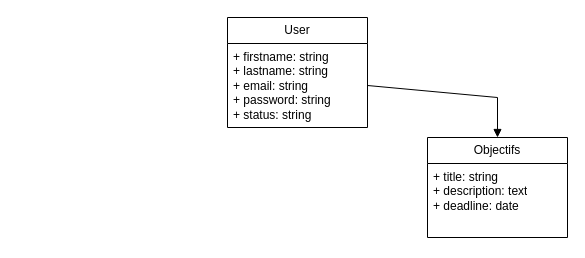
LuDetling/Avenirs keeps this draw.io diagram as p10drawio.drawio. Above is the earlier version. Source tidied: cells renumbered, new cells numbered last; positions are measured from the earlier drawing's top-left corner, leaving out a move shared by most shapes. Both pictures are drawn from the tidied source at 100%, with x=0, y=0 at pixel (227, 17).
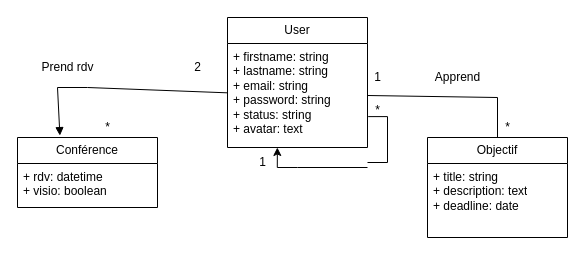
After the change.

Diff of the diagram source:
```diff
@@
     <mxCell id="2" value="User" style="swimlane;fontStyle=0;horizontal=1;startSize=26;fillColor=none;whiteSpace=wrap;html=1;" parent="1" vertex="1">
-      <mxGeometry width="140" height="110" as="geometry" />
+      <mxGeometry width="140" height="130" as="geometry" />
     </mxCell>
-    <mxCell id="3" value="+ firstname: string&lt;div&gt;+ lastname: string&lt;br&gt;&lt;/div&gt;&lt;div&gt;+ email: string&lt;/div&gt;&lt;div&gt;+ password: string&lt;br&gt;&lt;/div&gt;&lt;div&gt;+ status: string&lt;br&gt;&lt;/div&gt;" style="text;strokeColor=none;fillColor=none;align=left;verticalAlign=top;spacingLeft=4;spacingRight=4;overflow=hidden;points=[[0,0.5],[1,0.5]];portConstraint=eastwest;whiteSpace=wrap;html=1;" parent="2" vertex="1">
-      <mxGeometry y="26" width="140" height="84" as="geometry" />
+    <mxCell id="3" value="+ firstname: string&lt;div&gt;+ lastname: string&lt;br&gt;&lt;/div&gt;&lt;div&gt;+ email: string&lt;/div&gt;&lt;div&gt;+ password: string&lt;br&gt;&lt;/div&gt;&lt;div&gt;+ status: string&lt;br&gt;&lt;/div&gt;&lt;div&gt;+ avatar: text&lt;/div&gt;" style="text;strokeColor=none;fillColor=none;align=left;verticalAlign=top;spacingLeft=4;spacingRight=4;overflow=hidden;points=[[0,0.5],[1,0.5]];portConstraint=eastwest;whiteSpace=wrap;html=1;" parent="2" vertex="1">
+      <mxGeometry y="26" width="140" height="104" as="geometry" />
     </mxCell>
-    <mxCell id="4" value="Objectifs" style="swimlane;fontStyle=0;horizontal=1;startSize=26;fillColor=none;whiteSpace=wrap;html=1;" parent="1" vertex="1">
+    <mxCell id="4" value="Objectif" style="swimlane;fontStyle=0;horizontal=1;startSize=26;fillColor=none;whiteSpace=wrap;html=1;" parent="1" vertex="1">
       <mxGeometry x="200" y="120" width="140" height="100" as="geometry" />
     </mxCell>
@@
-    <mxCell id="6" style="html=1;verticalAlign=bottom;endArrow=block;curved=0;rounded=0;entryX=0.5;entryY=0;entryDx=0;entryDy=0;exitX=1;exitY=0.5;exitDx=0;exitDy=0;" parent="1" edge="1" source="3" target="4">
+    <mxCell id="6" style="html=1;verticalAlign=bottom;endArrow=none;curved=0;rounded=0;entryX=0.5;entryY=0;entryDx=0;entryDy=0;exitX=1;exitY=0.5;exitDx=0;exitDy=0;endFill=0;" parent="1" edge="1" source="3" target="4">
       <mxGeometry relative="1" as="geometry">
         <Array as="points">
           <mxPoint x="270" y="80" />
         </Array>
       </mxGeometry>
     </mxCell>
+    <mxCell id="7" value="Conférence" style="swimlane;fontStyle=0;horizontal=1;startSize=26;fillColor=none;whiteSpace=wrap;html=1;" parent="1" vertex="1">
+      <mxGeometry x="-210" y="120" width="140" height="70" as="geometry" />
+    </mxCell>
+    <mxCell id="8" value="+ rdv: datetime&lt;div&gt;+ visio: boolean&lt;/div&gt;" style="text;strokeColor=none;fillColor=none;align=left;verticalAlign=top;spacingLeft=4;spacingRight=4;overflow=hidden;whiteSpace=wrap;html=1;" parent="7" vertex="1">
+      <mxGeometry y="26" width="140" height="44" as="geometry" />
+    </mxCell>
+    <mxCell id="9" style="html=1;verticalAlign=bottom;endArrow=block;curved=0;rounded=0;entryX=0.303;entryY=-0.027;entryDx=0;entryDy=0;entryPerimeter=0;" parent="1" edge="1" source="3" target="7">
+      <mxGeometry relative="1" as="geometry">
+        <Array as="points">
+          <mxPoint x="-140" y="70" />
+          <mxPoint x="-170" y="70" />
+        </Array>
+      </mxGeometry>
+    </mxCell>
+    <mxCell id="10" value="*" style="text;html=1;align=center;verticalAlign=middle;strokeColor=none;fillColor=none;" parent="1" vertex="1">
+      <mxGeometry x="-135" y="95" width="30" height="30" as="geometry" />
+    </mxCell>
+    <mxCell id="11" value="2" style="text;html=1;align=center;verticalAlign=middle;strokeColor=none;fillColor=none;" parent="1" vertex="1">
+      <mxGeometry x="-45" y="35" width="30" height="30" as="geometry" />
+    </mxCell>
+    <mxCell id="12" value="*" style="text;html=1;align=center;verticalAlign=middle;strokeColor=none;fillColor=none;" parent="1" vertex="1">
+      <mxGeometry x="265" y="95" width="30" height="30" as="geometry" />
+    </mxCell>
+    <mxCell id="13" value="1" style="text;html=1;align=center;verticalAlign=middle;strokeColor=none;fillColor=none;" parent="1" vertex="1">
+      <mxGeometry x="135" y="45" width="30" height="30" as="geometry" />
+    </mxCell>
+    <mxCell id="14" value="Prend rdv" style="text;html=1;align=center;verticalAlign=middle;strokeColor=none;fillColor=none;" parent="1" vertex="1">
+      <mxGeometry x="-200" y="35" width="80" height="30" as="geometry" />
+    </mxCell>
+    <mxCell id="15" value="Apprend" style="text;html=1;align=center;verticalAlign=middle;strokeColor=none;fillColor=none;" parent="1" vertex="1">
+      <mxGeometry x="195" y="45" width="70" height="30" as="geometry" />
+    </mxCell>
+    <mxCell id="16" style="edgeStyle=orthogonalEdgeStyle;rounded=0;jettySize=auto;html=1;entryX=1.005;entryY=0.703;entryDx=0;entryDy=0;entryPerimeter=0;endArrow=none;endFill=0;" parent="1" edge="1" source="17" target="3">
+      <mxGeometry relative="1" as="geometry">
+        <Array as="points">
+          <mxPoint x="160" y="145" />
+          <mxPoint x="160" y="99" />
+        </Array>
+      </mxGeometry>
+    </mxCell>
+    <mxCell id="17" style="line;strokeWidth=1;fillColor=none;align=left;verticalAlign=middle;spacingTop=-1;spacingLeft=3;spacingRight=3;labelPosition=right;points=[];portConstraint=eastwest;strokeColor=inherit;" parent="1" vertex="1">
+      <mxGeometry x="70" y="130" width="70" height="40" as="geometry" />
+    </mxCell>
+    <mxCell id="18" style="edgeStyle=orthogonalEdgeStyle;rounded=0;jettySize=auto;html=1;entryX=0.356;entryY=1;entryDx=0;entryDy=0;entryPerimeter=0;" parent="1" edge="1" source="17" target="3">
+      <mxGeometry relative="1" as="geometry" />
+    </mxCell>
+    <mxCell id="19" value="*" style="text;html=1;align=center;verticalAlign=middle;strokeColor=none;fillColor=none;" parent="1" vertex="1">
+      <mxGeometry x="135" y="78" width="30" height="30" as="geometry" />
+    </mxCell>
+    <mxCell id="20" value="1" style="text;html=1;align=center;verticalAlign=middle;strokeColor=none;fillColor=none;" parent="1" vertex="1">
+      <mxGeometry x="20" y="130" width="30" height="30" as="geometry" />
+    </mxCell>
```
